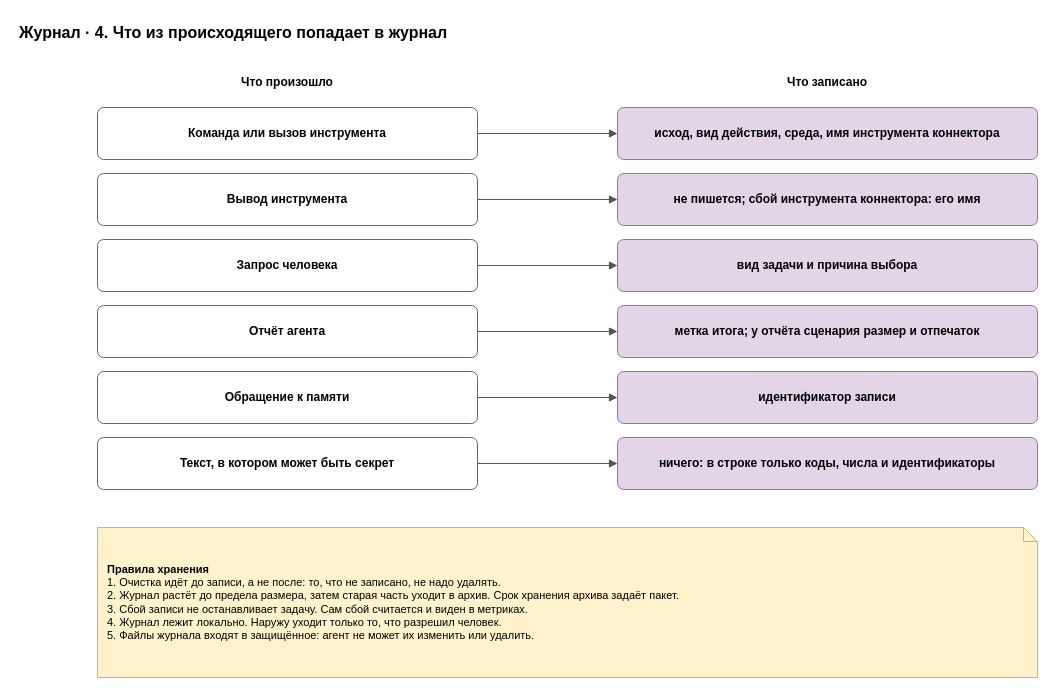
roygkov/reins keeps this draw.io diagram as page "4. Гигиена" (4 of 6) of docs/spec/harness-journal.drawio. Above is the earlier version. Source tidied: cells renumbered, new cells numbered last; positions are measured from the earlier drawing's top-left corner, leaving out a move shared by most shapes. Both pictures are drawn from the tidied source at 100%, with x=0, y=0 at pixel (17, 17).
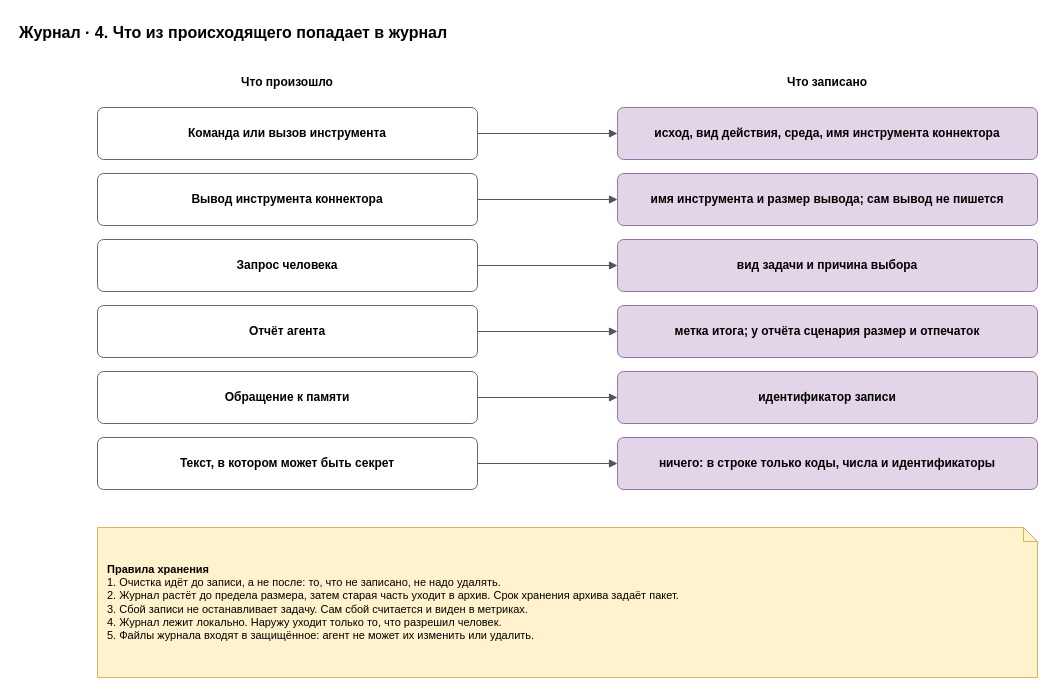
After the change.

What changed in the source:
```diff
@@
-    <mxCell id="8" value="&lt;b&gt;Вывод инструмента&lt;/b&gt;" style="rounded=1;whiteSpace=wrap;html=1;fillColor=#ffffff;strokeColor=#666666;arcSize=12;" parent="1" vertex="1">
+    <mxCell id="8" value="&lt;b&gt;Вывод инструмента коннектора&lt;/b&gt;" style="rounded=1;whiteSpace=wrap;html=1;fillColor=#ffffff;strokeColor=#666666;arcSize=12;" parent="1" vertex="1">
       <mxGeometry x="80" y="156" width="380" height="52" as="geometry" />
     </mxCell>
-    <mxCell id="9" value="&lt;b&gt;не пишется; сбой инструмента коннектора: его имя&lt;/b&gt;" style="rounded=1;whiteSpace=wrap;html=1;fillColor=#e1d5e7;strokeColor=#9673a6;arcSize=12;" parent="1" vertex="1">
+    <mxCell id="9" value="&lt;b&gt;имя инструмента и размер вывода; сам вывод не пишется&lt;/b&gt;" style="rounded=1;whiteSpace=wrap;html=1;fillColor=#e1d5e7;strokeColor=#9673a6;arcSize=12;" parent="1" vertex="1">
       <mxGeometry x="600" y="156" width="420" height="52" as="geometry" />
     </mxCell>
```
